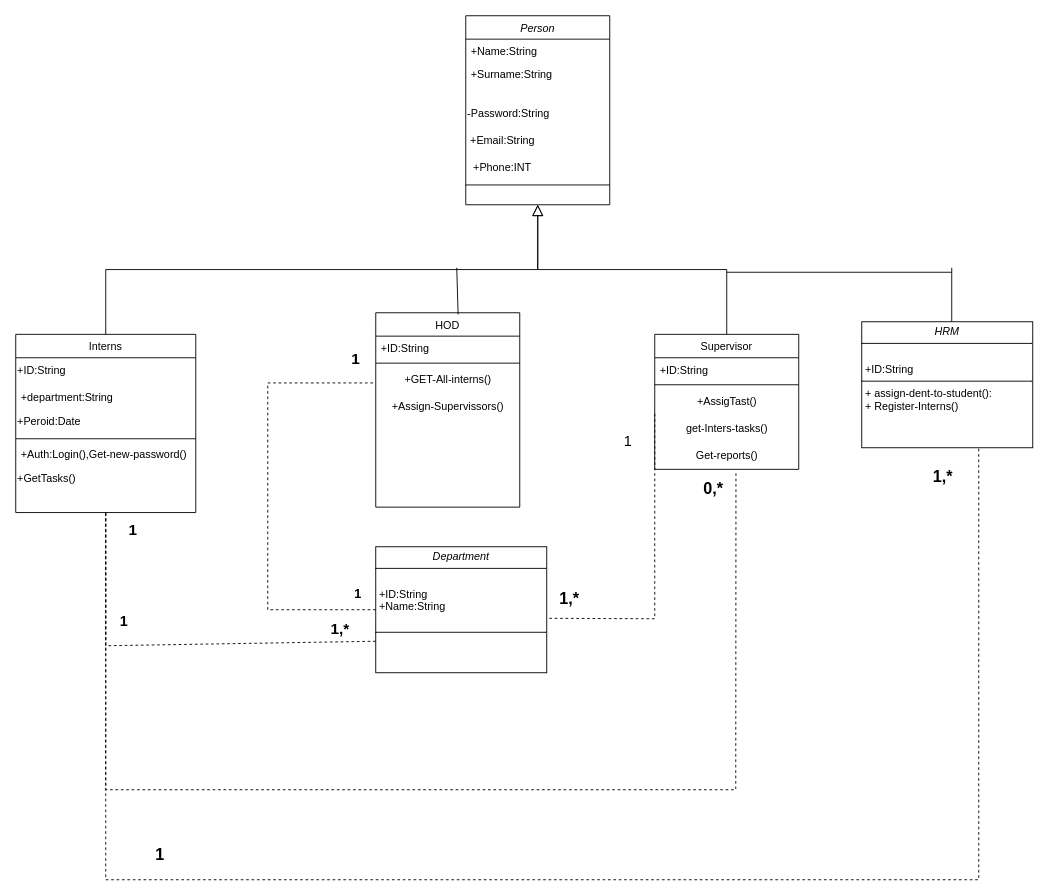
The draw.io diagram classcnps.drawio in SETANE-ESSAME-EMMANUEL/git-two, before the edit. Source tidied: cells renumbered, new cells numbered last; positions are measured from the earlier drawing's top-left corner, leaving out a move shared by most shapes. Both pictures are drawn from the tidied source at 90%, with x=0, y=0 at pixel (15, 15).
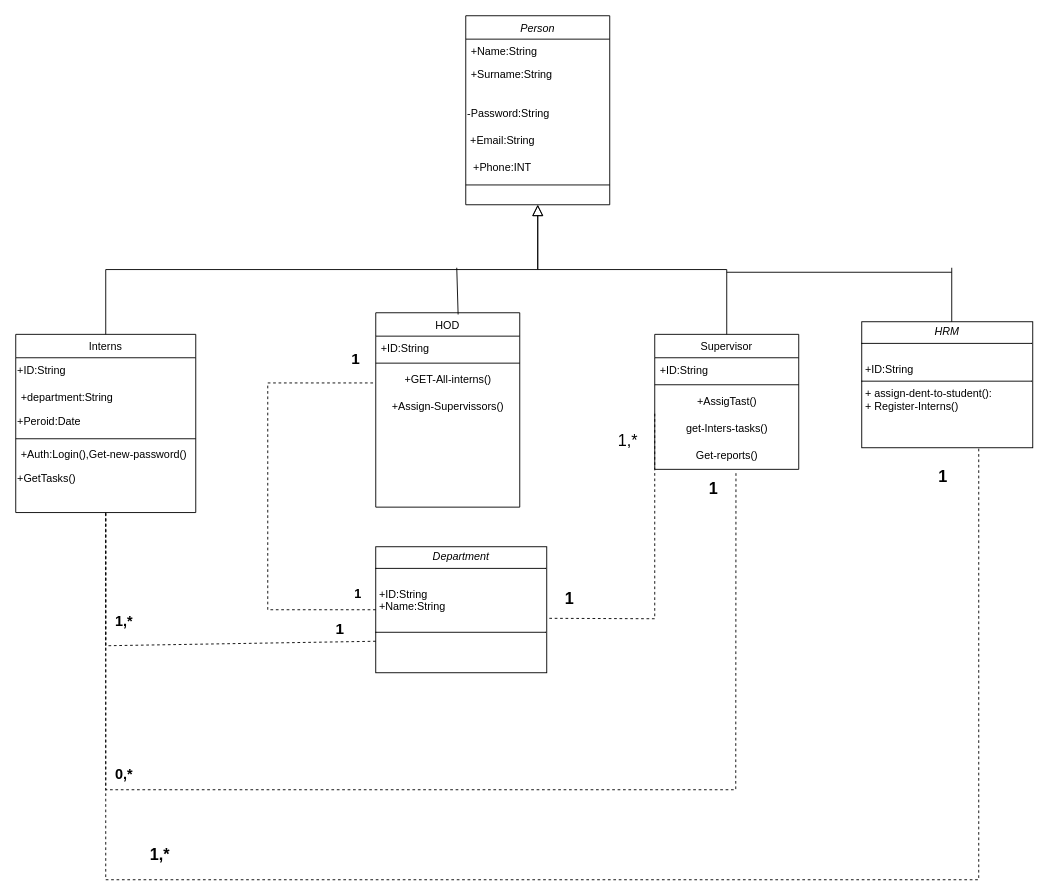
After the change.

Diff of the diagram source:
```diff
@@
-    <mxCell id="35" value="&lt;font style=&quot;font-size: 17px;&quot;&gt;&lt;b&gt;1&lt;/b&gt;&lt;/font&gt;" style="text;html=1;align=center;verticalAlign=middle;strokeColor=none;fillColor=none;" parent="1" vertex="1">
-      <mxGeometry x="115" y="558" width="30" height="30" as="geometry" />
-    </mxCell>
-    <mxCell id="36" value="&lt;font style=&quot;font-size: 18px;&quot;&gt;&lt;b&gt;0,*&lt;/b&gt;&lt;/font&gt;" style="text;html=1;align=center;verticalAlign=middle;strokeColor=none;fillColor=none;" parent="1" vertex="1">
-      <mxGeometry x="750" y="506" width="50" height="40" as="geometry" />
+    <mxCell id="36" value="&lt;span style=&quot;font-size: 18px;&quot;&gt;&lt;b&gt;1&lt;/b&gt;&lt;/span&gt;" style="text;html=1;align=center;verticalAlign=middle;strokeColor=none;fillColor=none;" parent="1" vertex="1">
+      <mxGeometry x="760" y="506" width="30" height="40" as="geometry" />
     </mxCell>
@@
-    <mxCell id="38" value="&lt;font style=&quot;font-size: 16px;&quot;&gt;&lt;b&gt;1&lt;/b&gt;&lt;/font&gt;" style="text;html=1;align=center;verticalAlign=middle;strokeColor=none;fillColor=none;" parent="1" vertex="1">
-      <mxGeometry x="105" y="658" width="30" height="30" as="geometry" />
+    <mxCell id="38" value="&lt;font style=&quot;font-size: 16px;&quot;&gt;&lt;b&gt;1,*&lt;/b&gt;&lt;/font&gt;" style="text;html=1;align=center;verticalAlign=middle;strokeColor=none;fillColor=none;" parent="1" vertex="1">
+      <mxGeometry x="100" y="658" width="40" height="30" as="geometry" />
     </mxCell>
-    <mxCell id="39" value="&lt;font style=&quot;font-size: 17px;&quot;&gt;&lt;b&gt;1,*&lt;/b&gt;&lt;/font&gt;" style="text;html=1;align=center;verticalAlign=middle;strokeColor=none;fillColor=none;" parent="1" vertex="1">
-      <mxGeometry x="340" y="668" width="40" height="30" as="geometry" />
+    <mxCell id="39" value="&lt;font style=&quot;font-size: 17px;&quot;&gt;&lt;b&gt;1&lt;/b&gt;&lt;/font&gt;" style="text;html=1;align=center;verticalAlign=middle;strokeColor=none;fillColor=none;" parent="1" vertex="1">
+      <mxGeometry x="345" y="668" width="30" height="30" as="geometry" />
     </mxCell>
@@
-    <mxCell id="44" value="&lt;span style=&quot;font-size: 16px;&quot;&gt;1&lt;/span&gt;" style="text;html=1;align=center;verticalAlign=middle;strokeColor=none;fillColor=none;" parent="1" vertex="1">
-      <mxGeometry x="665" y="458" width="30" height="30" as="geometry" />
+    <mxCell id="44" value="&lt;font style=&quot;font-size: 18px;&quot;&gt;1,*&lt;/font&gt;" style="text;html=1;align=center;verticalAlign=middle;strokeColor=none;fillColor=none;" parent="1" vertex="1">
+      <mxGeometry x="655" y="453" width="50" height="40" as="geometry" />
     </mxCell>
-    <mxCell id="45" value="&lt;font style=&quot;font-size: 18px;&quot;&gt;&lt;b&gt;1,*&lt;/b&gt;&lt;/font&gt;" style="text;html=1;align=center;verticalAlign=middle;strokeColor=none;fillColor=none;" parent="1" vertex="1">
-      <mxGeometry x="590" y="628" width="50" height="40" as="geometry" />
+    <mxCell id="45" value="&lt;font style=&quot;font-size: 18px;&quot;&gt;&lt;b&gt;1&lt;/b&gt;&lt;/font&gt;" style="text;html=1;align=center;verticalAlign=middle;strokeColor=none;fillColor=none;" parent="1" vertex="1">
+      <mxGeometry x="600" y="628" width="30" height="40" as="geometry" />
     </mxCell>
@@
-    <mxCell id="47" value="&lt;font style=&quot;font-size: 18px;&quot;&gt;&lt;b&gt;1&lt;/b&gt;&lt;/font&gt;" style="text;html=1;align=center;verticalAlign=middle;strokeColor=none;fillColor=none;" parent="1" vertex="1">
-      <mxGeometry x="145" y="913" width="30" height="40" as="geometry" />
+    <mxCell id="47" value="&lt;font style=&quot;font-size: 18px;&quot;&gt;&lt;b&gt;1,*&lt;/b&gt;&lt;/font&gt;" style="text;html=1;align=center;verticalAlign=middle;strokeColor=none;fillColor=none;" parent="1" vertex="1">
+      <mxGeometry x="135" y="913" width="50" height="40" as="geometry" />
     </mxCell>
-    <mxCell id="48" value="&lt;font style=&quot;font-size: 18px;&quot;&gt;&lt;b&gt;1,*&lt;/b&gt;&lt;/font&gt;" style="text;html=1;align=center;verticalAlign=middle;strokeColor=none;fillColor=none;" parent="1" vertex="1">
-      <mxGeometry x="1005" y="493" width="50" height="40" as="geometry" />
+    <mxCell id="48" value="&lt;span style=&quot;font-size: 18px;&quot;&gt;&lt;b&gt;1&lt;/b&gt;&lt;/span&gt;" style="text;html=1;align=center;verticalAlign=middle;strokeColor=none;fillColor=none;" parent="1" vertex="1">
+      <mxGeometry x="1015" y="493" width="30" height="40" as="geometry" />
     </mxCell>
+    <mxCell id="49" value="&lt;font style=&quot;font-size: 16px;&quot;&gt;&lt;b&gt;0,*&lt;/b&gt;&lt;/font&gt;" style="text;html=1;align=center;verticalAlign=middle;strokeColor=none;fillColor=none;" parent="1" vertex="1">
+      <mxGeometry x="100" y="828" width="40" height="30" as="geometry" />
+    </mxCell>
```
